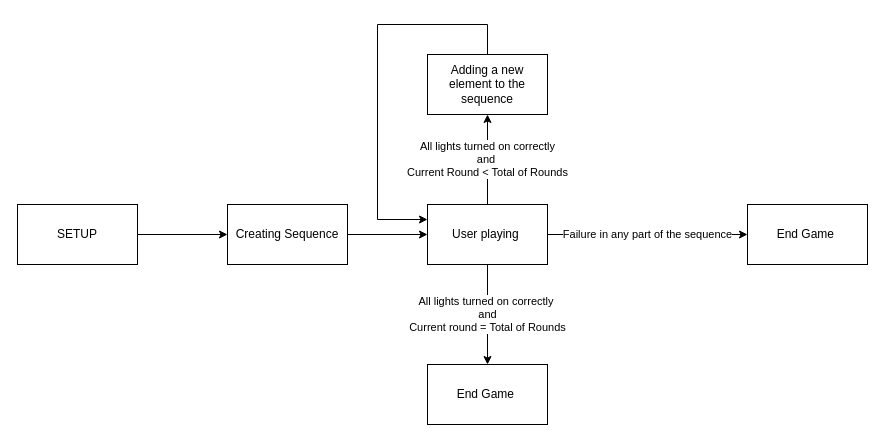
Above: logic-diagram.drawio in CuriousGu/Genius (draw.io), before the change. Source tidied: cells renumbered, new cells numbered last; positions are measured from the earlier drawing's top-left corner, leaving out a move shared by most shapes. Both pictures are drawn from the tidied source at 100%, with x=0, y=0 at pixel (17, 24).
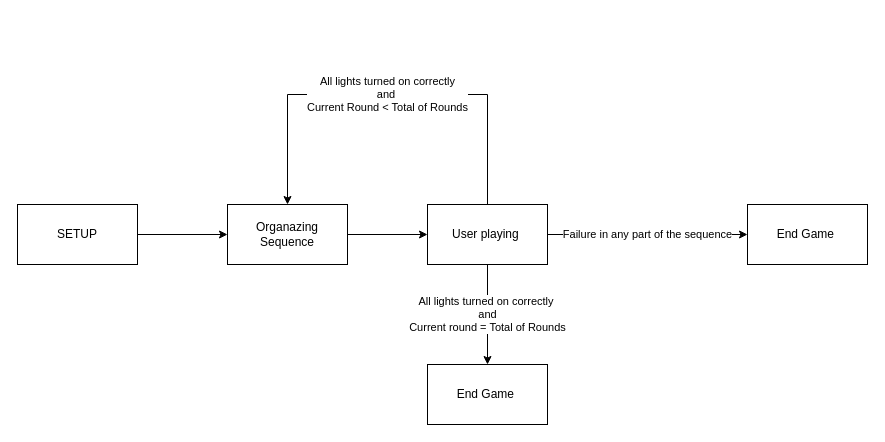
Above is the later version.

Commit message:
fixing the logic-diagram

Change to the diagram source:
```diff
@@
 <mxGraphModel>
   <root>
     <mxCell id="0" />
     <mxCell id="1" parent="0" />
     <mxCell id="2" value="SETUP" style="rounded=0;whiteSpace=wrap;html=1;" parent="1" vertex="1">
       <mxGeometry y="180" width="120" height="60" as="geometry" />
     </mxCell>
     <mxCell id="3" style="endArrow=classic;html=1;rounded=0;exitX=1;exitY=0.5;exitDx=0;exitDy=0;" parent="1" edge="1" source="2">
       <mxGeometry relative="1" as="geometry">
         <mxPoint x="210" y="210" as="targetPoint" />
       </mxGeometry>
     </mxCell>
     <mxCell id="4" value="User playing&amp;nbsp;" style="rounded=0;whiteSpace=wrap;html=1;" parent="1" vertex="1">
       <mxGeometry x="410" y="180" width="120" height="60" as="geometry" />
     </mxCell>
-    <mxCell id="5" value="Creating Sequence" style="rounded=0;whiteSpace=wrap;html=1;" parent="1" vertex="1">
+    <mxCell id="5" value="Organazing Sequence" style="rounded=0;whiteSpace=wrap;html=1;" parent="1" vertex="1">
       <mxGeometry x="210" y="180" width="120" height="60" as="geometry" />
     </mxCell>
     <mxCell id="6" style="endArrow=classic;html=1;rounded=0;exitX=1;exitY=0.5;exitDx=0;exitDy=0;entryX=0;entryY=0.5;entryDx=0;entryDy=0;" parent="1" edge="1" source="5" target="4">
       <mxGeometry relative="1" as="geometry" />
     </mxCell>
     <mxCell id="7" value="All lights turned on correctly&amp;nbsp;&lt;br&gt;and&lt;br&gt;Current round = Total of Rounds" style="endArrow=classic;html=1;rounded=0;exitX=0.5;exitY=1;exitDx=0;exitDy=0;entryX=0.5;entryY=0;entryDx=0;entryDy=0;" parent="1" edge="1" source="4" target="8">
       <mxGeometry relative="1" as="geometry" />
     </mxCell>
     <mxCell id="8" value="End Game&amp;nbsp;" style="rounded=0;whiteSpace=wrap;html=1;" parent="1" vertex="1">
       <mxGeometry x="410" y="340" width="120" height="60" as="geometry" />
     </mxCell>
     <mxCell id="9" value="Failure in any part of the sequence" style="endArrow=classic;html=1;rounded=0;exitX=1;exitY=0.5;exitDx=0;exitDy=0;" parent="1" edge="1" source="4">
       <mxGeometry relative="1" as="geometry">
         <mxPoint x="730" y="210" as="targetPoint" />
       </mxGeometry>
     </mxCell>
     <mxCell id="10" value="End Game&amp;nbsp;" style="rounded=0;whiteSpace=wrap;html=1;" parent="1" vertex="1">
       <mxGeometry x="730" y="180" width="120" height="60" as="geometry" />
     </mxCell>
-    <mxCell id="11" value="All lights turned on correctly&lt;br&gt;and&amp;nbsp;&lt;br&gt;Current Round &amp;lt; Total of Rounds" style="endArrow=classic;html=1;rounded=0;exitX=0.5;exitY=0;exitDx=0;exitDy=0;" parent="1" edge="1" source="4">
+    <mxCell id="11" value="All lights turned on correctly&lt;br&gt;and&amp;nbsp;&lt;br&gt;Current Round &amp;lt; Total of Rounds" style="endArrow=classic;html=1;rounded=0;exitX=0.5;exitY=0;exitDx=0;exitDy=0;entryX=0.5;entryY=0;entryDx=0;entryDy=0;" parent="1" edge="1" source="4" target="5">
       <mxGeometry relative="1" as="geometry">
-        <mxPoint x="470" y="90" as="targetPoint" />
+        <Array as="points">
+          <mxPoint x="470" y="70" />
+          <mxPoint x="270" y="70" />
+        </Array>
       </mxGeometry>
     </mxCell>
-    <mxCell id="12" value="Adding a new element to the sequence" style="rounded=0;whiteSpace=wrap;html=1;" parent="1" vertex="1">
-      <mxGeometry x="410" y="30" width="120" height="60" as="geometry" />
-    </mxCell>
-    <mxCell id="13" style="endArrow=classic;html=1;rounded=0;exitX=0.5;exitY=0;exitDx=0;exitDy=0;entryX=0;entryY=0.25;entryDx=0;entryDy=0;" parent="1" edge="1" source="12" target="4">
-      <mxGeometry relative="1" as="geometry">
-        <Array as="points">
-          <mxPoint x="470" />
-          <mxPoint x="360" />
-          <mxPoint x="360" y="195" />
-        </Array>
-      </mxGeometry>
-    </mxCell>
   </root>
 </mxGraphModel>
```
